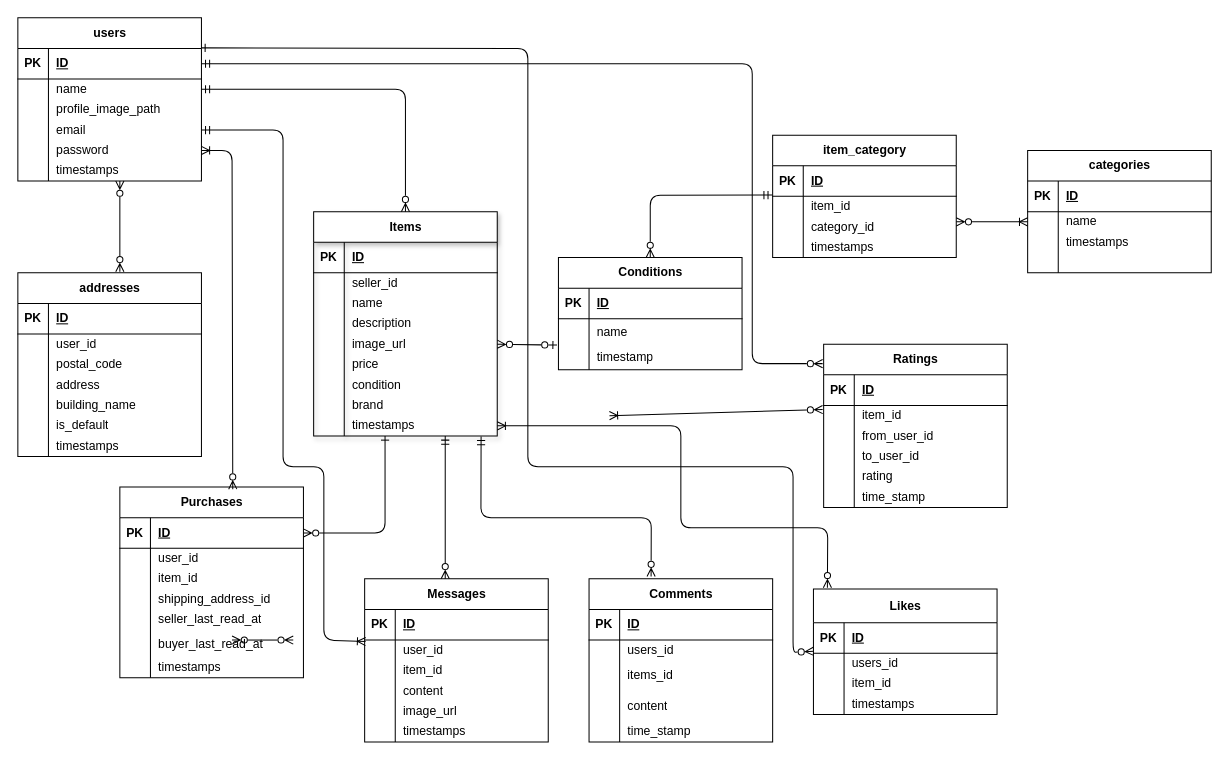
This is test.drawio from aya0605/mockcase-furima, a draw.io file, before an edit. Source tidied: cells renumbered, new cells numbered last; positions are measured from the earlier drawing's top-left corner, leaving out a move shared by most shapes. Both pictures are drawn from the tidied source at 102%, with x=0, y=0 at pixel (17, 17).
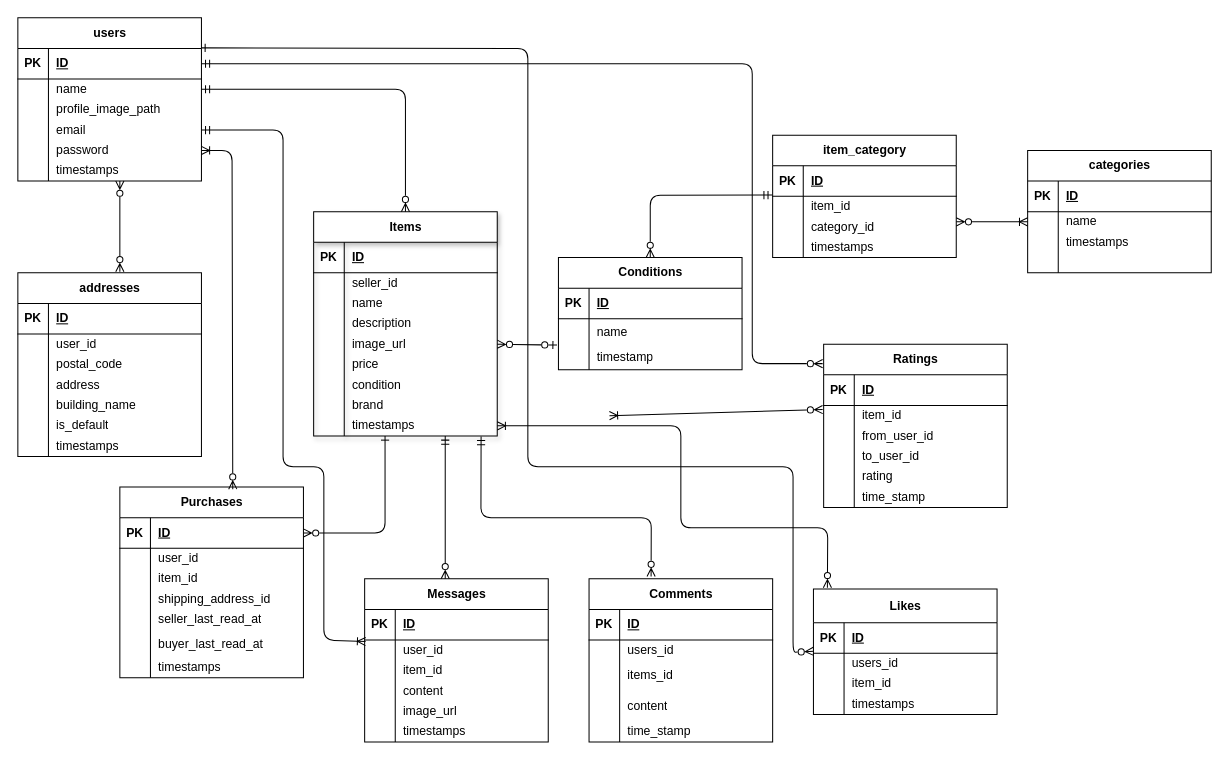
The same page after the edit.

Commit message (it also covers changes not shown here):
最後のコミット

Change to the diagram source:
```diff
@@
-    <mxCell id="192" style="edgeStyle=none;orthogonalLoop=1;jettySize=auto;html=1;endArrow=ERzeroToMany;endFill=0;startArrow=ERzeroToMany;startFill=0;" parent="1" edge="1">
-      <mxGeometry relative="1" as="geometry">
-        <mxPoint x="210" y="610" as="sourcePoint" />
-        <mxPoint x="270" y="610" as="targetPoint" />
-      </mxGeometry>
-    </mxCell>
```
